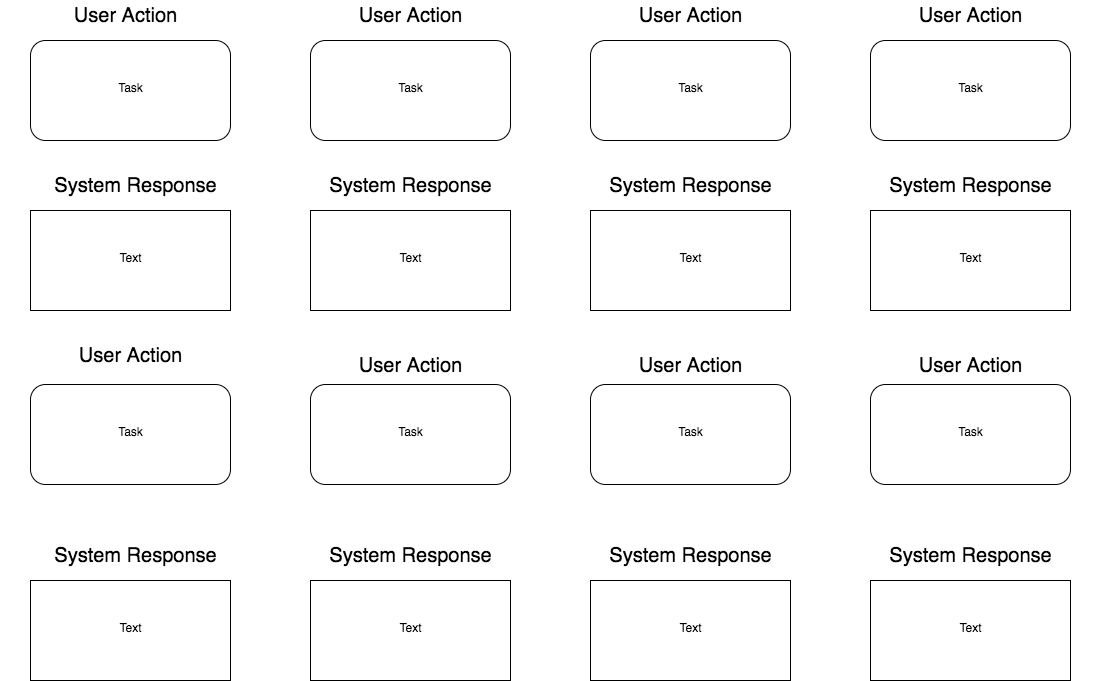
Earlier version of the draw.io export planning/user_journey_deal_seeker.png (dinhosang/cc_project_1_burger_deals). Source tidied: cells renumbered, new cells last; positions are measured from the earlier drawing's top-left corner, leaving out a move shared by most shapes.
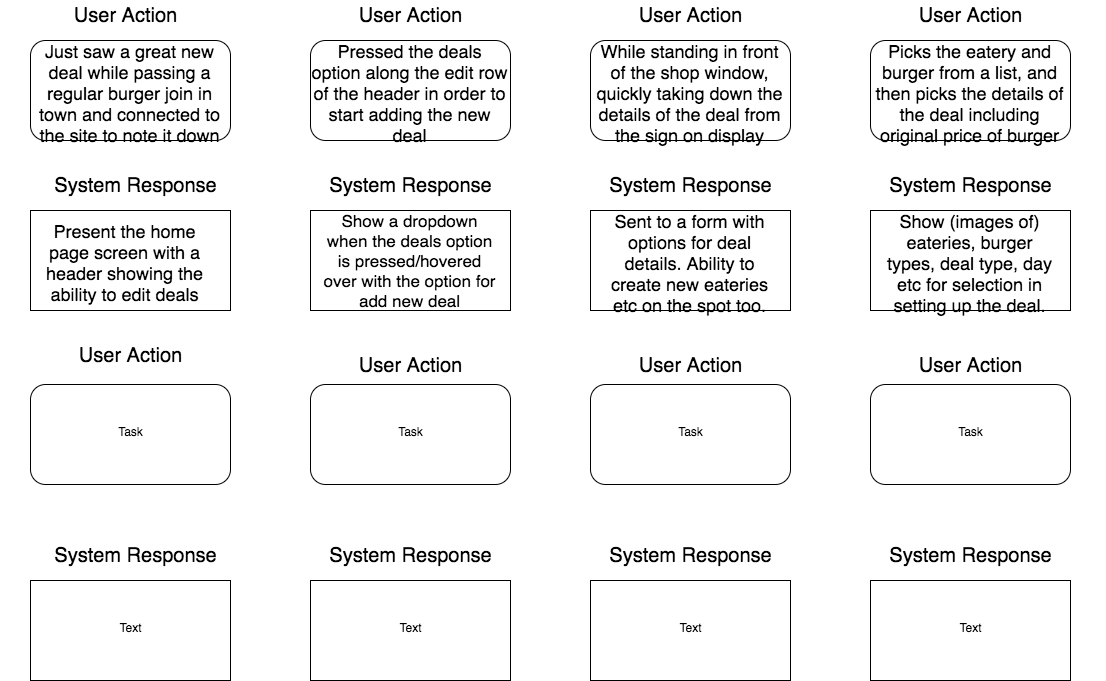
After the commit.

The edit, as a diff of the source:
```diff
@@ -2,16 +2,16 @@
   <root>
     <mxCell id="0" />
     <mxCell id="1" parent="0" />
-    <mxCell id="2" value="Task" style="shape=ext;rounded=1;html=1;whiteSpace=wrap;" parent="1" vertex="1">
+    <mxCell id="2" value="&lt;span style=&quot;text-align: left&quot;&gt;&lt;font style=&quot;font-size: 18px&quot;&gt;Just saw a great new deal while passing a regular burger join in town and connected to the site to note it down&lt;/font&gt;&lt;/span&gt;&lt;br&gt;" style="shape=ext;rounded=1;html=1;whiteSpace=wrap;" parent="1" vertex="1">
       <mxGeometry x="30" y="40" width="200" height="100" as="geometry" />
     </mxCell>
-    <mxCell id="3" value="Task" style="shape=ext;rounded=1;html=1;whiteSpace=wrap;" parent="1" vertex="1">
+    <mxCell id="3" value="&lt;font style=&quot;font-size: 18px&quot;&gt;Pressed the deals option along the edit row of the header in order to start adding the new deal&lt;/font&gt;" style="shape=ext;rounded=1;html=1;whiteSpace=wrap;" parent="1" vertex="1">
       <mxGeometry x="310" y="40" width="200" height="100" as="geometry" />
     </mxCell>
-    <mxCell id="4" value="Task" style="shape=ext;rounded=1;html=1;whiteSpace=wrap;" parent="1" vertex="1">
+    <mxCell id="4" value="&lt;font style=&quot;font-size: 18px&quot;&gt;While standing in front of the shop window, quickly taking down the details of the deal from the sign on display&lt;/font&gt;" style="shape=ext;rounded=1;html=1;whiteSpace=wrap;" parent="1" vertex="1">
       <mxGeometry x="590" y="40" width="200" height="100" as="geometry" />
     </mxCell>
-    <mxCell id="5" value="Task" style="shape=ext;rounded=1;html=1;whiteSpace=wrap;" parent="1" vertex="1">
+    <mxCell id="5" value="&lt;font style=&quot;font-size: 18px&quot;&gt;Picks the eatery and burger from a list, and then picks the details of the deal including original price of burger&lt;/font&gt;" style="shape=ext;rounded=1;html=1;whiteSpace=wrap;" parent="1" vertex="1">
       <mxGeometry x="870" y="40" width="200" height="100" as="geometry" />
     </mxCell>
     <mxCell id="6" value="Task" style="shape=ext;rounded=1;html=1;whiteSpace=wrap;" parent="1" vertex="1">
@@ -50,16 +50,16 @@
     <mxCell id="17" style="rounded=0;whiteSpace=wrap;html=1;" parent="1" vertex="1">
       <mxGeometry x="310" y="210" width="200" height="100" as="geometry" />
     </mxCell>
-    <mxCell id="18" value="Text" style="text;html=1;strokeColor=none;fillColor=none;align=center;verticalAlign=middle;whiteSpace=wrap;rounded=0;" parent="1" vertex="1">
-      <mxGeometry x="40" y="220" width="180" height="80" as="geometry" />
+    <mxCell id="18" value="&lt;font style=&quot;font-size: 18px&quot;&gt;Present the home page screen with a header showing the ability to edit deals&lt;/font&gt;" style="text;html=1;strokeColor=none;fillColor=none;align=center;verticalAlign=middle;whiteSpace=wrap;rounded=0;" parent="1" vertex="1">
+      <mxGeometry x="35" y="220" width="180" height="80" as="geometry" />
     </mxCell>
     <mxCell id="19" value="Text" style="text;html=1;strokeColor=none;fillColor=none;align=center;verticalAlign=middle;whiteSpace=wrap;rounded=0;" parent="1" vertex="1">
       <mxGeometry x="880" y="590" width="180" height="80" as="geometry" />
     </mxCell>
-    <mxCell id="20" value="Text" style="text;html=1;strokeColor=none;fillColor=none;align=center;verticalAlign=middle;whiteSpace=wrap;rounded=0;" parent="1" vertex="1">
+    <mxCell id="20" value="&lt;font style=&quot;font-size: 18px&quot;&gt;Show (images of) eateries, burger types, deal type, day etc for selection in setting up the deal.&lt;/font&gt;" style="text;html=1;strokeColor=none;fillColor=none;align=center;verticalAlign=middle;whiteSpace=wrap;rounded=0;" parent="1" vertex="1">
       <mxGeometry x="880" y="220" width="180" height="80" as="geometry" />
     </mxCell>
-    <mxCell id="21" value="Text" style="text;html=1;strokeColor=none;fillColor=none;align=center;verticalAlign=middle;whiteSpace=wrap;rounded=0;" parent="1" vertex="1">
+    <mxCell id="21" value="&lt;font style=&quot;font-size: 18px&quot;&gt;Sent to a form with options for deal details. Ability to create new eateries etc on the spot too.&lt;/font&gt;" style="text;html=1;strokeColor=none;fillColor=none;align=center;verticalAlign=middle;whiteSpace=wrap;rounded=0;" parent="1" vertex="1">
       <mxGeometry x="600" y="220" width="180" height="80" as="geometry" />
     </mxCell>
     <mxCell id="22" value="Text" style="text;html=1;strokeColor=none;fillColor=none;align=center;verticalAlign=middle;whiteSpace=wrap;rounded=0;" parent="1" vertex="1">
@@ -68,7 +68,7 @@
     <mxCell id="23" value="Text" style="text;html=1;strokeColor=none;fillColor=none;align=center;verticalAlign=middle;whiteSpace=wrap;rounded=0;" parent="1" vertex="1">
       <mxGeometry x="320" y="590" width="180" height="80" as="geometry" />
     </mxCell>
-    <mxCell id="24" value="Text" style="text;html=1;strokeColor=none;fillColor=none;align=center;verticalAlign=middle;whiteSpace=wrap;rounded=0;" parent="1" vertex="1">
+    <mxCell id="24" value="&lt;font style=&quot;font-size: 17px&quot;&gt;Show a dropdown when the deals option is pressed/hovered over with the option for add new deal&lt;/font&gt;" style="text;html=1;strokeColor=none;fillColor=none;align=center;verticalAlign=middle;whiteSpace=wrap;rounded=0;" parent="1" vertex="1">
       <mxGeometry x="320" y="220" width="180" height="80" as="geometry" />
     </mxCell>
     <mxCell id="25" value="Text" style="text;html=1;strokeColor=none;fillColor=none;align=center;verticalAlign=middle;whiteSpace=wrap;rounded=0;" parent="1" vertex="1">
```
